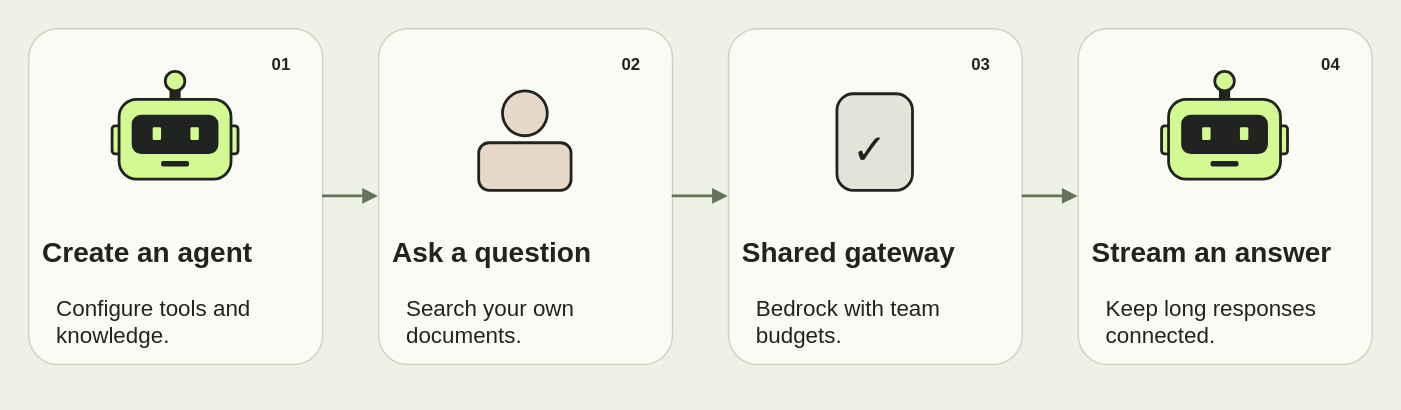
The draw.io diagram images/agents/studio.svg in youngfreezy/youngfreezy.github.io, before a commit. Source tidied: cells renumbered, new cells last; positions are measured from the earlier drawing's top-left corner, leaving out a move shared by most shapes.
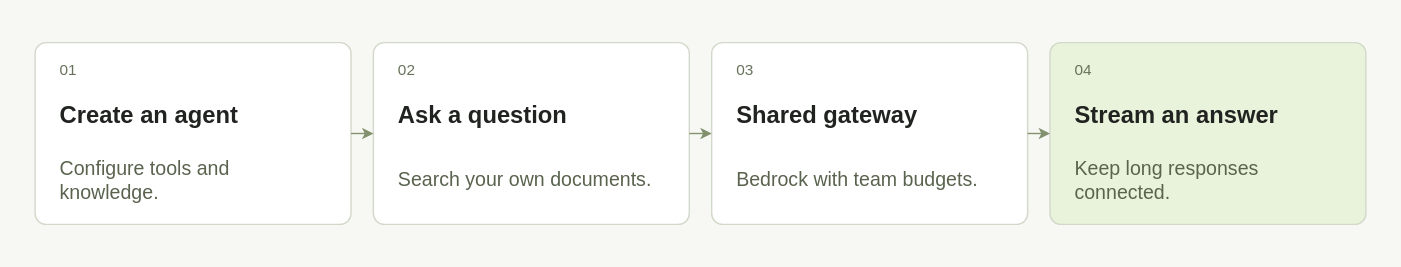
Above is the later version.

What changed in the source:
```diff
@@ -1,132 +1,66 @@
-<mxGraphModel background="#eef1e6">
+<mxGraphModel background="#f7f8f4">
   <root>
     <mxCell id="0" />
     <mxCell id="1" parent="0" />
-    <mxCell id="2" style="fillColor=#eef1e6;strokeColor=none;html=1;fontFamily=Helvetica;fontColor=#20231f;" parent="1" vertex="1">
-      <mxGeometry width="1000" height="292" as="geometry" />
-    </mxCell>
-    <mxCell id="3" style="rounded=1;arcSize=10;fillColor=#fafbf5;strokeColor=#cdd3c3;strokeWidth=1;html=1;fontFamily=Helvetica;fontColor=#20231f;" parent="1" vertex="1">
-      <mxGeometry x="20" y="20" width="210" height="240" as="geometry" />
-    </mxCell>
-    <mxCell id="4" style="rounded=1;arcSize=22;strokeWidth=2;strokeColor=#20231f;fillColor=#20231f;html=1;fontFamily=Helvetica;fontColor=#20231f;" parent="3" vertex="1">
-      <mxGeometry x="102" y="38" width="6" height="14" as="geometry" />
-    </mxCell>
-    <mxCell id="5" style="ellipse;fillColor=#d3f993;strokeColor=#20231f;strokeWidth=2;html=1;fontFamily=Helvetica;fontColor=#20231f;" parent="3" vertex="1">
-      <mxGeometry x="98" y="31" width="14" height="14" as="geometry" />
-    </mxCell>
-    <mxCell id="6" style="rounded=1;arcSize=22;strokeWidth=2;strokeColor=#20231f;fillColor=#d3f993;html=1;fontFamily=Helvetica;fontColor=#20231f;" parent="3" vertex="1">
-      <mxGeometry x="60" y="70" width="10" height="20" as="geometry" />
-    </mxCell>
-    <mxCell id="7" style="rounded=1;arcSize=22;strokeWidth=2;strokeColor=#20231f;fillColor=#d3f993;html=1;fontFamily=Helvetica;fontColor=#20231f;" parent="3" vertex="1">
-      <mxGeometry x="140" y="70" width="10" height="20" as="geometry" />
-    </mxCell>
-    <mxCell id="8" style="rounded=1;arcSize=22;strokeWidth=2;strokeColor=#20231f;fillColor=#d3f993;html=1;fontFamily=Helvetica;fontColor=#20231f;" parent="3" vertex="1">
-      <mxGeometry x="65" y="51" width="80" height="57" as="geometry" />
-    </mxCell>
-    <mxCell id="9" style="rounded=1;arcSize=22;strokeWidth=2;strokeColor=#20231f;fillColor=#20231f;html=1;fontFamily=Helvetica;fontColor=#20231f;" parent="3" vertex="1">
-      <mxGeometry x="75" y="63" width="60" height="26" as="geometry" />
-    </mxCell>
-    <mxCell id="10" style="rounded=1;fillColor=#d3f993;strokeColor=none;html=1;fontFamily=Helvetica;fontColor=#20231f;" parent="3" vertex="1">
-      <mxGeometry x="89" y="71" width="6" height="9" as="geometry" />
-    </mxCell>
-    <mxCell id="11" style="rounded=1;fillColor=#d3f993;strokeColor=none;html=1;fontFamily=Helvetica;fontColor=#20231f;" parent="3" vertex="1">
-      <mxGeometry x="116" y="71" width="6" height="9" as="geometry" />
-    </mxCell>
-    <mxCell id="12" style="rounded=1;arcSize=22;strokeWidth=2;strokeColor=#20231f;fillColor=#20231f;html=1;fontFamily=Helvetica;fontColor=#20231f;" parent="3" vertex="1">
-      <mxGeometry x="96" y="96" width="18" height="2" as="geometry" />
-    </mxCell>
+    <mxCell id="44" style="html=1;fontFamily=Helvetica;fillColor=#f7f8f4;strokeColor=none;" parent="1" vertex="1">
+      <mxGeometry width="1000" height="190" as="geometry" />
+    </mxCell>
+    <mxCell id="45" style="html=1;fontFamily=Helvetica;rounded=1;arcSize=6;fillColor=#ffffff;strokeColor=#d3d9ca;" parent="44" vertex="1">
+      <mxGeometry x="24" y="30" width="226" height="130" as="geometry" />
+    </mxCell>
-    <mxCell id="13" value="01" style="text;strokeColor=none;fillColor=none;fontSize=12;fontStyle=1;html=1;fontFamily=Helvetica;fontColor=#20231f;" parent="3" vertex="1">
-      <mxGeometry x="172" y="12" width="24" height="22" as="geometry" />
+    <mxCell id="13" value="01" style="html=1;fontFamily=Helvetica;text;whiteSpace=wrap;align=left;verticalAlign=middle;fillColor=none;strokeColor=none;fontSize=11;fontColor=#68725c;" parent="45" vertex="1">
+      <mxGeometry x="16" y="12" width="194" height="16" as="geometry" />
     </mxCell>
-    <mxCell id="14" value="Create an agent" style="text;strokeColor=none;fillColor=none;fontSize=20;fontStyle=1;html=1;fontFamily=Helvetica;fontColor=#20231f;" parent="3" vertex="1">
-      <mxGeometry x="8" y="141" width="194" height="36" as="geometry" />
+    <mxCell id="14" value="Create an agent" style="html=1;fontFamily=Helvetica;text;whiteSpace=wrap;align=left;verticalAlign=middle;fillColor=none;strokeColor=none;fontSize=17;fontColor=#20231f;fontStyle=1;" parent="45" vertex="1">
+      <mxGeometry x="16" y="34" width="194" height="38" as="geometry" />
     </mxCell>
-    <mxCell id="15" value="Configure tools and knowledge." style="text;whiteSpace=wrap;strokeColor=none;fillColor=none;fontSize=16;html=1;fontFamily=Helvetica;fontColor=#20231f;" parent="3" vertex="1">
-      <mxGeometry x="18" y="184" width="174" height="40" as="geometry" />
+    <mxCell id="15" value="Configure tools and knowledge." style="html=1;fontFamily=Helvetica;text;whiteSpace=wrap;align=left;verticalAlign=middle;fillColor=none;strokeColor=none;fontSize=14;fontColor=#59634e;" parent="45" vertex="1">
+      <mxGeometry x="16" y="80" width="194" height="36" as="geometry" />
     </mxCell>
-    <mxCell id="16" style="rounded=1;arcSize=10;fillColor=#fafbf5;strokeColor=#cdd3c3;strokeWidth=1;html=1;fontFamily=Helvetica;fontColor=#20231f;" parent="1" vertex="1">
-      <mxGeometry x="270" y="20" width="210" height="240" as="geometry" />
-    </mxCell>
-    <mxCell id="17" style="ellipse;fillColor=#e8d8c9;strokeColor=#20231f;strokeWidth=2;html=1;fontFamily=Helvetica;fontColor=#20231f;" parent="16" vertex="1">
-      <mxGeometry x="89" y="45" width="32" height="32" as="geometry" />
-    </mxCell>
-    <mxCell id="18" style="rounded=1;arcSize=22;strokeWidth=2;strokeColor=#20231f;fillColor=#e8d8c9;html=1;fontFamily=Helvetica;fontColor=#20231f;" parent="16" vertex="1">
-      <mxGeometry x="72" y="82" width="66" height="34" as="geometry" />
-    </mxCell>
+    <mxCell id="46" style="html=1;fontFamily=Helvetica;rounded=1;arcSize=6;fillColor=#ffffff;strokeColor=#d3d9ca;" parent="44" vertex="1">
+      <mxGeometry x="266" y="30" width="226" height="130" as="geometry" />
+    </mxCell>
-    <mxCell id="19" value="02" style="text;strokeColor=none;fillColor=none;fontSize=12;fontStyle=1;html=1;fontFamily=Helvetica;fontColor=#20231f;" parent="16" vertex="1">
-      <mxGeometry x="172" y="12" width="24" height="22" as="geometry" />
+    <mxCell id="19" value="02" style="html=1;fontFamily=Helvetica;text;whiteSpace=wrap;align=left;verticalAlign=middle;fillColor=none;strokeColor=none;fontSize=11;fontColor=#68725c;" parent="46" vertex="1">
+      <mxGeometry x="16" y="12" width="194" height="16" as="geometry" />
     </mxCell>
-    <mxCell id="20" value="Ask a question" style="text;strokeColor=none;fillColor=none;fontSize=20;fontStyle=1;html=1;fontFamily=Helvetica;fontColor=#20231f;" parent="16" vertex="1">
-      <mxGeometry x="8" y="141" width="194" height="36" as="geometry" />
+    <mxCell id="20" value="Ask a question" style="html=1;fontFamily=Helvetica;text;whiteSpace=wrap;align=left;verticalAlign=middle;fillColor=none;strokeColor=none;fontSize=17;fontColor=#20231f;fontStyle=1;" parent="46" vertex="1">
+      <mxGeometry x="16" y="34" width="194" height="38" as="geometry" />
     </mxCell>
-    <mxCell id="21" value="Search your own documents." style="text;whiteSpace=wrap;strokeColor=none;fillColor=none;fontSize=16;html=1;fontFamily=Helvetica;fontColor=#20231f;" parent="16" vertex="1">
-      <mxGeometry x="18" y="184" width="174" height="40" as="geometry" />
+    <mxCell id="21" value="Search your own documents." style="html=1;fontFamily=Helvetica;text;whiteSpace=wrap;align=left;verticalAlign=middle;fillColor=none;strokeColor=none;fontSize=14;fontColor=#59634e;" parent="46" vertex="1">
+      <mxGeometry x="16" y="80" width="194" height="36" as="geometry" />
     </mxCell>
-    <mxCell id="22" style="rounded=1;arcSize=10;fillColor=#fafbf5;strokeColor=#cdd3c3;strokeWidth=1;html=1;fontFamily=Helvetica;fontColor=#20231f;" parent="1" vertex="1">
-      <mxGeometry x="520" y="20" width="210" height="240" as="geometry" />
-    </mxCell>
-    <mxCell id="23" style="rounded=1;arcSize=22;strokeWidth=2;strokeColor=#20231f;fillColor=#e1e5d9;html=1;fontFamily=Helvetica;fontColor=#20231f;" parent="22" vertex="1">
-      <mxGeometry x="78" y="47" width="54" height="69" as="geometry" />
-    </mxCell>
-    <mxCell id="24" value="✓" style="text;strokeColor=none;fillColor=none;fontSize=30;html=1;fontFamily=Helvetica;fontColor=#20231f;" parent="22" vertex="1">
-      <mxGeometry x="87" y="62" width="36" height="37" as="geometry" />
-    </mxCell>
+    <mxCell id="47" style="edgeStyle=orthogonalEdgeStyle;rounded=1;jettySize=auto;strokeColor=#82916e;strokeWidth=1;endArrow=classic;endSize=5;exitX=1;exitY=.5;entryX=0;entryY=.5;" parent="44" edge="1" source="45" target="46">
+      <mxGeometry relative="1" as="geometry" />
+    </mxCell>
+    <mxCell id="48" style="html=1;fontFamily=Helvetica;rounded=1;arcSize=6;fillColor=#ffffff;strokeColor=#d3d9ca;" parent="44" vertex="1">
+      <mxGeometry x="508" y="30" width="226" height="130" as="geometry" />
+    </mxCell>
-    <mxCell id="25" value="03" style="text;strokeColor=none;fillColor=none;fontSize=12;fontStyle=1;html=1;fontFamily=Helvetica;fontColor=#20231f;" parent="22" vertex="1">
-      <mxGeometry x="172" y="12" width="24" height="22" as="geometry" />
+    <mxCell id="25" value="03" style="html=1;fontFamily=Helvetica;text;whiteSpace=wrap;align=left;verticalAlign=middle;fillColor=none;strokeColor=none;fontSize=11;fontColor=#68725c;" parent="48" vertex="1">
+      <mxGeometry x="16" y="12" width="194" height="16" as="geometry" />
     </mxCell>
-    <mxCell id="26" value="Shared gateway" style="text;strokeColor=none;fillColor=none;fontSize=20;fontStyle=1;html=1;fontFamily=Helvetica;fontColor=#20231f;" parent="22" vertex="1">
-      <mxGeometry x="8" y="141" width="194" height="36" as="geometry" />
+    <mxCell id="26" value="Shared gateway" style="html=1;fontFamily=Helvetica;text;whiteSpace=wrap;align=left;verticalAlign=middle;fillColor=none;strokeColor=none;fontSize=17;fontColor=#20231f;fontStyle=1;" parent="48" vertex="1">
+      <mxGeometry x="16" y="34" width="194" height="38" as="geometry" />
     </mxCell>
-    <mxCell id="27" value="Bedrock with team budgets." style="text;whiteSpace=wrap;strokeColor=none;fillColor=none;fontSize=16;html=1;fontFamily=Helvetica;fontColor=#20231f;" parent="22" vertex="1">
-      <mxGeometry x="18" y="184" width="174" height="40" as="geometry" />
+    <mxCell id="27" value="Bedrock with team budgets." style="html=1;fontFamily=Helvetica;text;whiteSpace=wrap;align=left;verticalAlign=middle;fillColor=none;strokeColor=none;fontSize=14;fontColor=#59634e;" parent="48" vertex="1">
+      <mxGeometry x="16" y="80" width="194" height="36" as="geometry" />
     </mxCell>
-    <mxCell id="28" style="rounded=1;arcSize=10;fillColor=#fafbf5;strokeColor=#cdd3c3;strokeWidth=1;html=1;fontFamily=Helvetica;fontColor=#20231f;" parent="1" vertex="1">
-      <mxGeometry x="770" y="20" width="210" height="240" as="geometry" />
-    </mxCell>
-    <mxCell id="29" style="rounded=1;arcSize=22;strokeWidth=2;strokeColor=#20231f;fillColor=#20231f;html=1;fontFamily=Helvetica;fontColor=#20231f;" parent="28" vertex="1">
-      <mxGeometry x="102" y="38" width="6" height="14" as="geometry" />
-    </mxCell>
-    <mxCell id="30" style="ellipse;fillColor=#d3f993;strokeColor=#20231f;strokeWidth=2;html=1;fontFamily=Helvetica;fontColor=#20231f;" parent="28" vertex="1">
-      <mxGeometry x="98" y="31" width="14" height="14" as="geometry" />
-    </mxCell>
-    <mxCell id="31" style="rounded=1;arcSize=22;strokeWidth=2;strokeColor=#20231f;fillColor=#d3f993;html=1;fontFamily=Helvetica;fontColor=#20231f;" parent="28" vertex="1">
-      <mxGeometry x="60" y="70" width="10" height="20" as="geometry" />
-    </mxCell>
-    <mxCell id="32" style="rounded=1;arcSize=22;strokeWidth=2;strokeColor=#20231f;fillColor=#d3f993;html=1;fontFamily=Helvetica;fontColor=#20231f;" parent="28" vertex="1">
-      <mxGeometry x="140" y="70" width="10" height="20" as="geometry" />
-    </mxCell>
-    <mxCell id="33" style="rounded=1;arcSize=22;strokeWidth=2;strokeColor=#20231f;fillColor=#d3f993;html=1;fontFamily=Helvetica;fontColor=#20231f;" parent="28" vertex="1">
-      <mxGeometry x="65" y="51" width="80" height="57" as="geometry" />
-    </mxCell>
-    <mxCell id="34" style="rounded=1;arcSize=22;strokeWidth=2;strokeColor=#20231f;fillColor=#20231f;html=1;fontFamily=Helvetica;fontColor=#20231f;" parent="28" vertex="1">
-      <mxGeometry x="75" y="63" width="60" height="26" as="geometry" />
-    </mxCell>
-    <mxCell id="35" style="rounded=1;fillColor=#d3f993;strokeColor=none;html=1;fontFamily=Helvetica;fontColor=#20231f;" parent="28" vertex="1">
-      <mxGeometry x="89" y="71" width="6" height="9" as="geometry" />
-    </mxCell>
-    <mxCell id="36" style="rounded=1;fillColor=#d3f993;strokeColor=none;html=1;fontFamily=Helvetica;fontColor=#20231f;" parent="28" vertex="1">
-      <mxGeometry x="116" y="71" width="6" height="9" as="geometry" />
-    </mxCell>
-    <mxCell id="37" style="rounded=1;arcSize=22;strokeWidth=2;strokeColor=#20231f;fillColor=#20231f;html=1;fontFamily=Helvetica;fontColor=#20231f;" parent="28" vertex="1">
-      <mxGeometry x="96" y="96" width="18" height="2" as="geometry" />
-    </mxCell>
+    <mxCell id="49" style="edgeStyle=orthogonalEdgeStyle;rounded=1;jettySize=auto;strokeColor=#82916e;strokeWidth=1;endArrow=classic;endSize=5;exitX=1;exitY=.5;entryX=0;entryY=.5;" parent="44" edge="1" source="46" target="48">
+      <mxGeometry relative="1" as="geometry" />
+    </mxCell>
+    <mxCell id="50" style="html=1;fontFamily=Helvetica;rounded=1;arcSize=6;fillColor=#e9f3db;strokeColor=#d3d9ca;" parent="44" vertex="1">
+      <mxGeometry x="750" y="30" width="226" height="130" as="geometry" />
+    </mxCell>
-    <mxCell id="38" value="04" style="text;strokeColor=none;fillColor=none;fontSize=12;fontStyle=1;html=1;fontFamily=Helvetica;fontColor=#20231f;" parent="28" vertex="1">
-      <mxGeometry x="172" y="12" width="24" height="22" as="geometry" />
+    <mxCell id="38" value="04" style="html=1;fontFamily=Helvetica;text;whiteSpace=wrap;align=left;verticalAlign=middle;fillColor=none;strokeColor=none;fontSize=11;fontColor=#68725c;" parent="50" vertex="1">
+      <mxGeometry x="16" y="12" width="194" height="16" as="geometry" />
     </mxCell>
-    <mxCell id="39" value="Stream an answer" style="text;strokeColor=none;fillColor=none;fontSize=20;fontStyle=1;html=1;fontFamily=Helvetica;fontColor=#20231f;" parent="28" vertex="1">
-      <mxGeometry x="8" y="141" width="194" height="36" as="geometry" />
+    <mxCell id="39" value="Stream an answer" style="html=1;fontFamily=Helvetica;text;whiteSpace=wrap;align=left;verticalAlign=middle;fillColor=none;strokeColor=none;fontSize=17;fontColor=#20231f;fontStyle=1;" parent="50" vertex="1">
+      <mxGeometry x="16" y="34" width="194" height="38" as="geometry" />
     </mxCell>
-    <mxCell id="40" value="Keep long responses connected." style="text;whiteSpace=wrap;strokeColor=none;fillColor=none;fontSize=16;html=1;fontFamily=Helvetica;fontColor=#20231f;" parent="28" vertex="1">
-      <mxGeometry x="18" y="184" width="174" height="40" as="geometry" />
+    <mxCell id="40" value="Keep long responses connected." style="html=1;fontFamily=Helvetica;text;whiteSpace=wrap;align=left;verticalAlign=middle;fillColor=none;strokeColor=none;fontSize=14;fontColor=#59634e;" parent="50" vertex="1">
+      <mxGeometry x="16" y="80" width="194" height="36" as="geometry" />
     </mxCell>
-    <mxCell id="41" style="edgeStyle=orthogonalEdgeStyle;rounded=1;jettySize=auto;strokeColor=#66735b;strokeWidth=2;endArrow=block;endFill=1;exitX=1;exitY=0.5;entryX=0;entryY=0.5;" parent="1" edge="1" source="3" target="16">
-      <mxGeometry relative="1" as="geometry" />
-    </mxCell>
-    <mxCell id="42" style="edgeStyle=orthogonalEdgeStyle;rounded=1;jettySize=auto;strokeColor=#66735b;strokeWidth=2;endArrow=block;endFill=1;exitX=1;exitY=0.5;entryX=0;entryY=0.5;" parent="1" edge="1" source="16" target="22">
-      <mxGeometry relative="1" as="geometry" />
-    </mxCell>
-    <mxCell id="43" style="edgeStyle=orthogonalEdgeStyle;rounded=1;jettySize=auto;strokeColor=#66735b;strokeWidth=2;endArrow=block;endFill=1;exitX=1;exitY=0.5;entryX=0;entryY=0.5;" parent="1" edge="1" source="22" target="28">
-      <mxGeometry relative="1" as="geometry" />
-    </mxCell>
+    <mxCell id="51" style="edgeStyle=orthogonalEdgeStyle;rounded=1;jettySize=auto;strokeColor=#82916e;strokeWidth=1;endArrow=classic;endSize=5;exitX=1;exitY=.5;entryX=0;entryY=.5;" parent="44" edge="1" source="48" target="50">
+      <mxGeometry relative="1" as="geometry" />
+    </mxCell>
   </root>
 </mxGraphModel>
```
